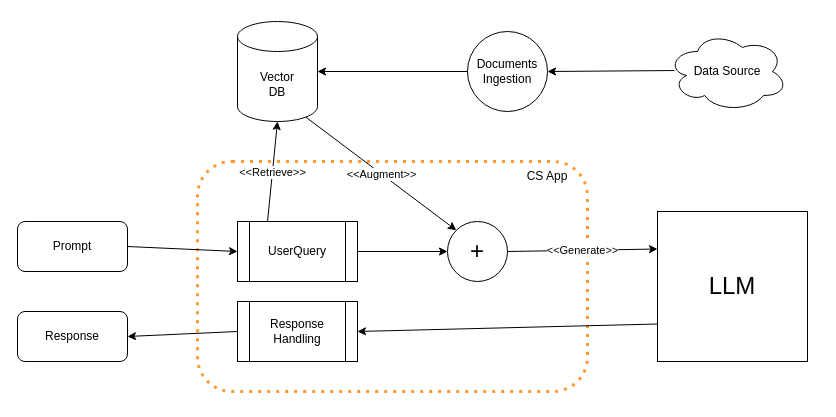
rohit23ahuja/draw-io keeps this draw.io diagram as ai-engineering/AIEngineering.drawio. Above is the earlier version. Source tidied: cells renumbered, new cells numbered last; positions are measured from the earlier drawing's top-left corner, leaving out a move shared by most shapes. Both pictures are drawn from the tidied source at 100%, with x=0, y=0 at pixel (17, 21).
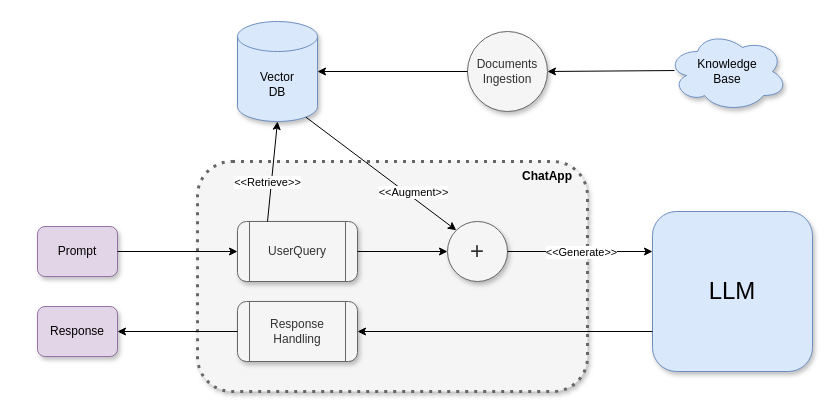
Above is the later version.

The change refers to these unchanged cells:
```xml
<mxCell id="11" style="endArrow=classic;html=1;rounded=0;entryX=0.5;entryY=1;entryDx=0;entryDy=0;entryPerimeter=0;exitX=0.25;exitY=0;exitDx=0;exitDy=0;" parent="1" edge="1" source="10" target="5">
  <mxGeometry relative="1" as="geometry" />
</mxCell>
<mxCell id="14" style="endArrow=classic;html=1;rounded=0;entryX=0;entryY=0;entryDx=0;entryDy=0;exitX=0.855;exitY=1;exitDx=0;exitDy=-4.35;exitPerimeter=0;" parent="1" edge="1" source="5" target="13">
  <mxGeometry relative="1" as="geometry" />
</mxCell>
```

Diff of the diagram source:
```diff
@@
-    <mxCell id="2" value="Prompt" style="rounded=1;whiteSpace=wrap;html=1;" parent="1" vertex="1">
-      <mxGeometry y="200" width="110" height="50" as="geometry" />
+    <mxCell id="2" value="Prompt" style="rounded=1;whiteSpace=wrap;html=1;fillColor=#e1d5e7;strokeColor=#9673a6;shadow=1;" parent="1" vertex="1">
+      <mxGeometry x="20" y="205" width="80" height="50" as="geometry" />
     </mxCell>
-    <mxCell id="3" value="Response" style="rounded=1;whiteSpace=wrap;html=1;" parent="1" vertex="1">
-      <mxGeometry y="290" width="110" height="50" as="geometry" />
+    <mxCell id="3" value="Response" style="rounded=1;whiteSpace=wrap;html=1;fillColor=#e1d5e7;strokeColor=#9673a6;shadow=1;" parent="1" vertex="1">
+      <mxGeometry x="20" y="285" width="80" height="50" as="geometry" />
     </mxCell>
-    <mxCell id="4" value="&lt;font style=&quot;font-size: 24px;&quot;&gt;LLM&lt;/font&gt;" style="whiteSpace=wrap;html=1;" parent="1" vertex="1">
-      <mxGeometry x="640" y="190" width="150" height="150" as="geometry" />
+    <mxCell id="4" value="&lt;font style=&quot;font-size: 24px;&quot;&gt;LLM&lt;/font&gt;" style="whiteSpace=wrap;html=1;fillColor=#dae8fc;strokeColor=#6c8ebf;glass=0;rounded=1;shadow=1;" parent="1" vertex="1">
+      <mxGeometry x="635" y="190" width="160" height="160" as="geometry" />
     </mxCell>
-    <mxCell id="5" value="Vector&lt;div&gt;DB&lt;/div&gt;" style="shape=cylinder3;whiteSpace=wrap;html=1;boundedLbl=1;backgroundOutline=1;size=15;" parent="1" vertex="1">
+    <mxCell id="5" value="Vector&lt;div&gt;DB&lt;/div&gt;" style="shape=cylinder3;whiteSpace=wrap;html=1;boundedLbl=1;backgroundOutline=1;size=15;textShadow=0;labelBackgroundColor=none;shadow=1;fillColor=#dae8fc;strokeColor=#6c8ebf;" parent="1" vertex="1">
       <mxGeometry x="220" width="80" height="100" as="geometry" />
     </mxCell>
-    <mxCell id="6" style="rounded=1;whiteSpace=wrap;html=1;dashed=1;dashPattern=1 2;strokeColor=#FF9933;strokeWidth=3;" parent="1" vertex="1">
+    <mxCell id="6" style="rounded=1;whiteSpace=wrap;html=1;dashed=1;dashPattern=1 2;strokeColor=#666666;strokeWidth=3;fillColor=#f5f5f5;fontColor=#333333;shadow=1;" parent="1" vertex="1">
       <mxGeometry x="180" y="140" width="390" height="230" as="geometry" />
     </mxCell>
-    <mxCell id="7" value="CS App" style="text;html=1;align=center;verticalAlign=middle;whiteSpace=wrap;rounded=0;" parent="1" vertex="1">
+    <mxCell id="7" value="&lt;b&gt;ChatApp&lt;/b&gt;" style="text;html=1;align=center;verticalAlign=middle;whiteSpace=wrap;rounded=0;" parent="1" vertex="1">
       <mxGeometry x="500" y="140" width="60" height="30" as="geometry" />
     </mxCell>
-    <mxCell id="8" value="Data Source" style="ellipse;shape=cloud;whiteSpace=wrap;html=1;" parent="1" vertex="1">
+    <mxCell id="8" value="Knowledge &lt;br&gt;Base" style="ellipse;shape=cloud;whiteSpace=wrap;html=1;fillColor=#dae8fc;strokeColor=#6c8ebf;shadow=1;" parent="1" vertex="1">
       <mxGeometry x="650" y="10" width="120" height="80" as="geometry" />
     </mxCell>
-    <mxCell id="9" value="Documents&lt;div&gt;Ingestion&lt;/div&gt;" style="ellipse;whiteSpace=wrap;html=1;" parent="1" vertex="1">
+    <mxCell id="9" value="Documents&lt;div&gt;Ingestion&lt;/div&gt;" style="ellipse;whiteSpace=wrap;html=1;fillColor=#f5f5f5;fontColor=#333333;strokeColor=#666666;shadow=1;" parent="1" vertex="1">
       <mxGeometry x="450" y="10" width="80" height="80" as="geometry" />
     </mxCell>
-    <mxCell id="10" value="UserQuery" style="shape=process;whiteSpace=wrap;html=1;backgroundOutline=1;" parent="1" vertex="1">
+    <mxCell id="10" value="UserQuery" style="shape=process;whiteSpace=wrap;html=1;backgroundOutline=1;fillColor=#f5f5f5;fontColor=#333333;strokeColor=#666666;rounded=1;shadow=1;" parent="1" vertex="1">
       <mxGeometry x="220" y="200" width="120" height="60" as="geometry" />
     </mxCell>
@@
     <mxCell id="12" value="&amp;lt;&amp;lt;Retrieve&amp;gt;&amp;gt;" style="edgeLabel;html=1;align=center;verticalAlign=middle;" parent="11" vertex="1">
-      <mxGeometry relative="1" as="geometry" />
+      <mxGeometry relative="1" as="geometry">
+        <mxPoint x="-5" y="10" as="offset" />
+      </mxGeometry>
     </mxCell>
-    <mxCell id="13" value="&lt;font style=&quot;font-size: 24px;&quot;&gt;+&lt;/font&gt;" style="ellipse;whiteSpace=wrap;html=1;" parent="1" vertex="1">
+    <mxCell id="13" value="&lt;font style=&quot;font-size: 24px;&quot;&gt;+&lt;/font&gt;" style="ellipse;whiteSpace=wrap;html=1;fillColor=#f5f5f5;fontColor=#333333;strokeColor=#666666;shadow=1;" parent="1" vertex="1">
       <mxGeometry x="430" y="200" width="60" height="60" as="geometry" />
     </mxCell>
@@
     <mxCell id="15" value="&amp;lt;&amp;lt;Augment&amp;gt;&amp;gt;" style="edgeLabel;html=1;align=center;verticalAlign=middle;" parent="14" vertex="1">
-      <mxGeometry relative="1" as="geometry" />
+      <mxGeometry relative="1" as="geometry">
+        <mxPoint x="32" y="18" as="offset" />
+      </mxGeometry>
     </mxCell>
@@
-    <mxCell id="19" value="Response&lt;br&gt;Handling" style="shape=process;whiteSpace=wrap;html=1;backgroundOutline=1;" parent="1" vertex="1">
+    <mxCell id="19" value="Response&lt;br&gt;Handling" style="shape=process;whiteSpace=wrap;html=1;backgroundOutline=1;fillColor=#f5f5f5;fontColor=#333333;strokeColor=#666666;rounded=1;shadow=1;" parent="1" vertex="1">
       <mxGeometry x="220" y="280" width="120" height="60" as="geometry" />
     </mxCell>
```
